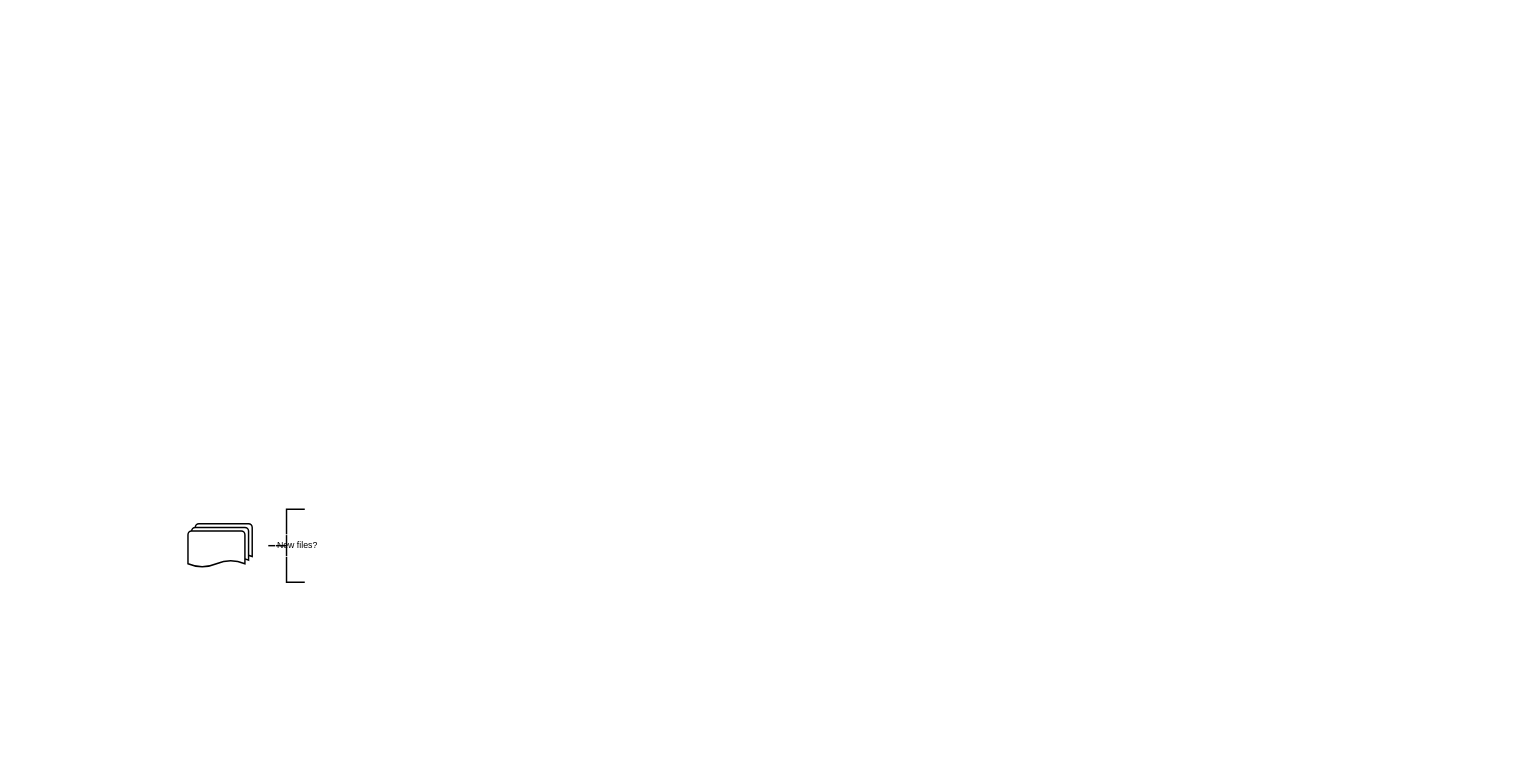
This is FramTre/SSISJobs.drawio from CEM-MEC/drawio, a draw.io file, before an edit. Source tidied: cells renumbered, new cells numbered last; positions are measured from the earlier drawing's top-left corner, leaving out a move shared by most shapes. Both pictures are drawn from the tidied source at 73%, with x=0, y=0 at pixel (188, 509).
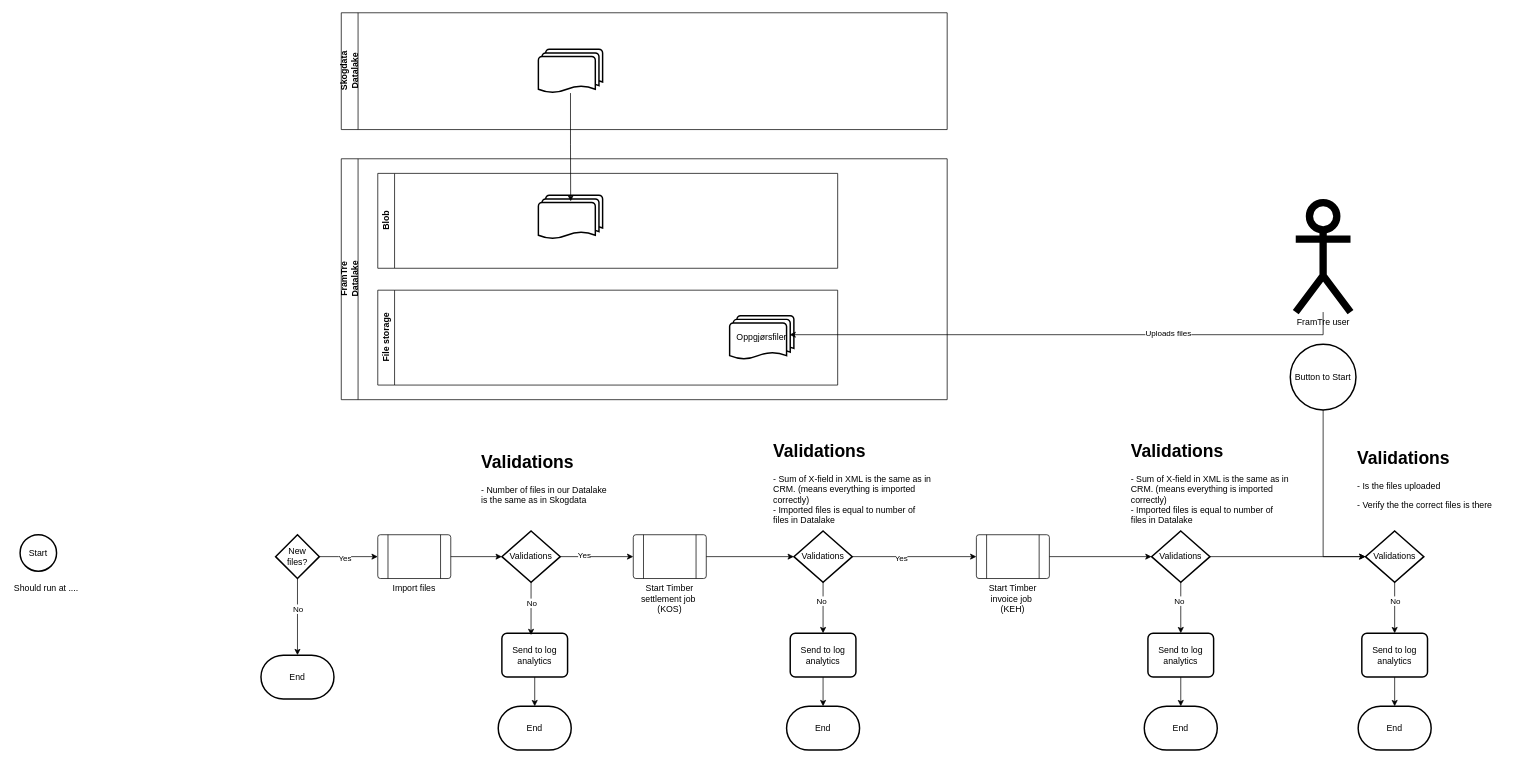
After the change.

Change to the diagram source:
```diff
@@
+    <mxCell id="5" style="edgeStyle=orthogonalEdgeStyle;rounded=0;jettySize=auto;html=1;entryX=0.5;entryY=0;entryDx=0;entryDy=0;entryPerimeter=0;" parent="1" edge="1" source="4" target="12">
+      <mxGeometry relative="1" as="geometry" />
+    </mxCell>
+    <mxCell id="6" value="No" style="edgeLabel;html=1;align=center;verticalAlign=middle;" parent="5" vertex="1">
+      <mxGeometry x="-0.22" relative="1" as="geometry" />
+    </mxCell>
+    <mxCell id="7" style="edgeStyle=orthogonalEdgeStyle;rounded=0;jettySize=auto;html=1;exitX=1;exitY=0.5;exitDx=0;exitDy=0;exitPerimeter=0;entryX=0;entryY=0.5;entryDx=0;entryDy=0;" parent="1" edge="1" source="4" target="13">
+      <mxGeometry relative="1" as="geometry" />
+    </mxCell>
+    <mxCell id="8" value="Yes" style="edgeLabel;html=1;align=center;verticalAlign=middle;" parent="7" vertex="1">
+      <mxGeometry x="-0.15" y="-1" relative="1" as="geometry" />
+    </mxCell>
+    <mxCell id="4" value="&lt;div&gt;New&lt;/div&gt;&lt;div&gt;files?&lt;/div&gt;" style="strokeWidth=2;html=1;shape=mxgraph.flowchart.decision;whiteSpace=wrap;fillColor=none;" parent="1" vertex="1">
+      <mxGeometry x="120" y="35" width="60" height="60" as="geometry" />
+    </mxCell>
+    <mxCell id="9" value="Start" style="strokeWidth=2;html=1;shape=mxgraph.flowchart.start_2;whiteSpace=wrap;fillColor=none;" parent="1" vertex="1">
+      <mxGeometry x="-230" y="35" width="50" height="50" as="geometry" />
+    </mxCell>
+    <mxCell id="10" value="Skogdata&lt;br&gt;Datalake" style="swimlane;horizontal=0;whiteSpace=wrap;html=1;" parent="1" vertex="1">
+      <mxGeometry x="210" y="-680" width="830" height="160" as="geometry" />
+    </mxCell>
-    <mxCell id="2" style="strokeWidth=2;html=1;shape=mxgraph.flowchart.multi-document;whiteSpace=wrap;" parent="1" vertex="1">
-      <mxGeometry y="20" width="88" height="60" as="geometry" />
+    <mxCell id="2" style="strokeWidth=2;html=1;shape=mxgraph.flowchart.multi-document;whiteSpace=wrap;" parent="10" vertex="1">
+      <mxGeometry x="270" y="50" width="88" height="60" as="geometry" />
     </mxCell>
-    <mxCell id="3" style="strokeWidth=2;html=1;shape=mxgraph.flowchart.annotation_2;align=left;labelPosition=right;" parent="1" vertex="1">
-      <mxGeometry x="110" width="50" height="100" as="geometry" />
-    </mxCell>
-    <mxCell id="4" value="New files?" style="text;html=1;whiteSpace=wrap;strokeColor=#FFFFFF;fillColor=none;align=center;verticalAlign=middle;rounded=0;" parent="1" vertex="1">
-      <mxGeometry x="120" y="35" width="60" height="30" as="geometry" />
-    </mxCell>
+    <mxCell id="11" value="Should run at ...." style="text;whiteSpace=wrap;" parent="1" vertex="1">
+      <mxGeometry x="-240" y="95" width="120" height="40" as="geometry" />
+    </mxCell>
+    <mxCell id="12" value="End" style="strokeWidth=2;html=1;shape=mxgraph.flowchart.terminator;whiteSpace=wrap;" parent="1" vertex="1">
+      <mxGeometry x="100" y="200" width="100" height="60" as="geometry" />
+    </mxCell>
+    <mxCell id="13" value="Import files" style="verticalLabelPosition=bottom;verticalAlign=top;html=1;shape=process;whiteSpace=wrap;rounded=1;size=0.14;arcSize=6;" parent="1" vertex="1">
+      <mxGeometry x="260" y="35" width="100" height="60" as="geometry" />
+    </mxCell>
+    <mxCell id="14" value="Start Timber settlement job&amp;nbsp;&lt;br&gt;(KOS)" style="verticalLabelPosition=bottom;verticalAlign=top;html=1;shape=process;whiteSpace=wrap;rounded=1;size=0.14;arcSize=6;" parent="1" vertex="1">
+      <mxGeometry x="610" y="35" width="100" height="60" as="geometry" />
+    </mxCell>
+    <mxCell id="15" style="edgeStyle=orthogonalEdgeStyle;rounded=0;jettySize=auto;html=1;exitX=1;exitY=0.5;exitDx=0;exitDy=0;exitPerimeter=0;entryX=0;entryY=0.5;entryDx=0;entryDy=0;" parent="1" edge="1" source="17" target="14">
+      <mxGeometry relative="1" as="geometry" />
+    </mxCell>
+    <mxCell id="16" value="Yes" style="edgeLabel;html=1;align=center;verticalAlign=middle;" parent="15" vertex="1">
+      <mxGeometry x="-0.36" y="3" relative="1" as="geometry" />
+    </mxCell>
+    <mxCell id="17" value="Validations" style="strokeWidth=2;html=1;shape=mxgraph.flowchart.decision;whiteSpace=wrap;" parent="1" vertex="1">
+      <mxGeometry x="430" y="30" width="80" height="70" as="geometry" />
+    </mxCell>
+    <mxCell id="18" style="edgeStyle=orthogonalEdgeStyle;rounded=0;jettySize=auto;html=1;exitX=1;exitY=0.5;exitDx=0;exitDy=0;entryX=0;entryY=0.5;entryDx=0;entryDy=0;entryPerimeter=0;" parent="1" edge="1" source="13" target="17">
+      <mxGeometry relative="1" as="geometry" />
+    </mxCell>
+    <mxCell id="19" value="&lt;h1 style=&quot;margin-top: 0px;&quot;&gt;Validations&lt;/h1&gt;&lt;p&gt;- Number of files in our Datalake is the same as in Skogdata&lt;/p&gt;" style="text;html=1;whiteSpace=wrap;overflow=hidden;rounded=0;" parent="1" vertex="1">
+      <mxGeometry x="400" y="-85" width="180" height="120" as="geometry" />
+    </mxCell>
+    <mxCell id="20" value="Send to log analytics" style="rounded=1;whiteSpace=wrap;html=1;absoluteArcSize=1;arcSize=14;strokeWidth=2;" parent="1" vertex="1">
+      <mxGeometry x="430" y="170" width="90" height="60" as="geometry" />
+    </mxCell>
+    <mxCell id="21" value="End" style="strokeWidth=2;html=1;shape=mxgraph.flowchart.terminator;whiteSpace=wrap;" parent="1" vertex="1">
+      <mxGeometry x="425" y="270" width="100" height="60" as="geometry" />
+    </mxCell>
+    <mxCell id="22" style="edgeStyle=orthogonalEdgeStyle;rounded=0;jettySize=auto;html=1;entryX=0.5;entryY=0;entryDx=0;entryDy=0;entryPerimeter=0;" parent="1" edge="1" source="20" target="21">
+      <mxGeometry relative="1" as="geometry" />
+    </mxCell>
+    <mxCell id="23" style="edgeStyle=orthogonalEdgeStyle;rounded=0;jettySize=auto;html=1;exitX=0.5;exitY=1;exitDx=0;exitDy=0;exitPerimeter=0;entryX=0.444;entryY=0.042;entryDx=0;entryDy=0;entryPerimeter=0;" parent="1" edge="1" source="17" target="20">
+      <mxGeometry relative="1" as="geometry" />
+    </mxCell>
+    <mxCell id="24" value="No" style="edgeLabel;html=1;align=center;verticalAlign=middle;" parent="23" vertex="1">
+      <mxGeometry x="-0.24" y="1" relative="1" as="geometry" />
+    </mxCell>
+    <mxCell id="25" style="edgeStyle=orthogonalEdgeStyle;rounded=0;jettySize=auto;html=1;entryX=0.5;entryY=0;entryDx=0;entryDy=0;" parent="1" edge="1" source="29" target="32">
+      <mxGeometry relative="1" as="geometry" />
+    </mxCell>
+    <mxCell id="26" value="No" style="edgeLabel;html=1;align=center;verticalAlign=middle;" parent="25" vertex="1">
+      <mxGeometry x="-0.29" y="-2" relative="1" as="geometry">
+        <mxPoint x="-1" as="offset" />
+      </mxGeometry>
+    </mxCell>
+    <mxCell id="27" style="edgeStyle=orthogonalEdgeStyle;rounded=0;jettySize=auto;html=1;entryX=0;entryY=0.5;entryDx=0;entryDy=0;" parent="1" edge="1" source="29" target="35">
+      <mxGeometry relative="1" as="geometry" />
+    </mxCell>
+    <mxCell id="28" value="Yes" style="edgeLabel;html=1;align=center;verticalAlign=middle;" parent="27" vertex="1">
+      <mxGeometry x="-0.22" y="-1" relative="1" as="geometry" />
+    </mxCell>
+    <mxCell id="29" value="Validations" style="strokeWidth=2;html=1;shape=mxgraph.flowchart.decision;whiteSpace=wrap;" parent="1" vertex="1">
+      <mxGeometry x="830" y="30" width="80" height="70" as="geometry" />
+    </mxCell>
+    <mxCell id="30" style="edgeStyle=orthogonalEdgeStyle;rounded=0;jettySize=auto;html=1;entryX=0;entryY=0.5;entryDx=0;entryDy=0;entryPerimeter=0;" parent="1" edge="1" source="14" target="29">
+      <mxGeometry relative="1" as="geometry" />
+    </mxCell>
+    <mxCell id="31" value="&lt;h1 style=&quot;margin-top: 0px;&quot;&gt;Validations&lt;/h1&gt;&lt;p&gt;- Sum of X-field in XML is the same as in CRM. (means everything is imported correctly)&lt;br&gt;- Imported files is equal to number of files in Datalake&lt;/p&gt;" style="text;html=1;whiteSpace=wrap;overflow=hidden;rounded=0;" parent="1" vertex="1">
+      <mxGeometry x="800" y="-100" width="220" height="120" as="geometry" />
+    </mxCell>
+    <mxCell id="32" value="Send to log analytics" style="rounded=1;whiteSpace=wrap;html=1;absoluteArcSize=1;arcSize=14;strokeWidth=2;" parent="1" vertex="1">
+      <mxGeometry x="825" y="170" width="90" height="60" as="geometry" />
+    </mxCell>
+    <mxCell id="33" value="End" style="strokeWidth=2;html=1;shape=mxgraph.flowchart.terminator;whiteSpace=wrap;" parent="1" vertex="1">
+      <mxGeometry x="820" y="270" width="100" height="60" as="geometry" />
+    </mxCell>
+    <mxCell id="34" style="edgeStyle=orthogonalEdgeStyle;rounded=0;jettySize=auto;html=1;entryX=0.5;entryY=0;entryDx=0;entryDy=0;entryPerimeter=0;" parent="1" edge="1" source="32" target="33">
+      <mxGeometry relative="1" as="geometry" />
+    </mxCell>
+    <mxCell id="35" value="Start Timber invoice job&amp;nbsp;&lt;br&gt;(KEH)" style="verticalLabelPosition=bottom;verticalAlign=top;html=1;shape=process;whiteSpace=wrap;rounded=1;size=0.14;arcSize=6;" parent="1" vertex="1">
+      <mxGeometry x="1080" y="35" width="100" height="60" as="geometry" />
+    </mxCell>
+    <mxCell id="36" style="edgeStyle=orthogonalEdgeStyle;rounded=0;jettySize=auto;html=1;entryX=0.5;entryY=0;entryDx=0;entryDy=0;" parent="1" edge="1" source="38" target="40">
+      <mxGeometry relative="1" as="geometry" />
+    </mxCell>
+    <mxCell id="37" value="No" style="edgeLabel;html=1;align=center;verticalAlign=middle;" parent="36" vertex="1">
+      <mxGeometry x="-0.29" y="-2" relative="1" as="geometry">
+        <mxPoint x="-1" as="offset" />
+      </mxGeometry>
+    </mxCell>
+    <mxCell id="38" value="Validations" style="strokeWidth=2;html=1;shape=mxgraph.flowchart.decision;whiteSpace=wrap;" parent="1" vertex="1">
+      <mxGeometry x="1320" y="30" width="80" height="70" as="geometry" />
+    </mxCell>
+    <mxCell id="39" value="&lt;h1 style=&quot;margin-top: 0px;&quot;&gt;Validations&lt;/h1&gt;&lt;p&gt;- Sum of X-field in XML is the same as in CRM. (means everything is imported correctly)&lt;br&gt;- Imported files is equal to number of files in Datalake&lt;/p&gt;" style="text;html=1;whiteSpace=wrap;overflow=hidden;rounded=0;" parent="1" vertex="1">
+      <mxGeometry x="1290" y="-100" width="220" height="120" as="geometry" />
+    </mxCell>
+    <mxCell id="40" value="Send to log analytics" style="rounded=1;whiteSpace=wrap;html=1;absoluteArcSize=1;arcSize=14;strokeWidth=2;" parent="1" vertex="1">
+      <mxGeometry x="1315" y="170" width="90" height="60" as="geometry" />
+    </mxCell>
+    <mxCell id="41" value="End" style="strokeWidth=2;html=1;shape=mxgraph.flowchart.terminator;whiteSpace=wrap;" parent="1" vertex="1">
+      <mxGeometry x="1310" y="270" width="100" height="60" as="geometry" />
+    </mxCell>
+    <mxCell id="42" style="edgeStyle=orthogonalEdgeStyle;rounded=0;jettySize=auto;html=1;entryX=0.5;entryY=0;entryDx=0;entryDy=0;entryPerimeter=0;" parent="1" edge="1" source="40" target="41">
+      <mxGeometry relative="1" as="geometry" />
+    </mxCell>
+    <mxCell id="43" style="edgeStyle=orthogonalEdgeStyle;rounded=0;jettySize=auto;html=1;entryX=0;entryY=0.5;entryDx=0;entryDy=0;entryPerimeter=0;" parent="1" edge="1" source="35" target="38">
+      <mxGeometry relative="1" as="geometry" />
+    </mxCell>
+    <mxCell id="44" value="Button to Start" style="strokeWidth=2;html=1;shape=mxgraph.flowchart.start_2;whiteSpace=wrap;fillColor=none;" parent="1" vertex="1">
+      <mxGeometry x="1510" y="-226" width="90" height="90" as="geometry" />
+    </mxCell>
+    <mxCell id="45" value="FramTre&lt;br&gt;Datalake" style="swimlane;horizontal=0;whiteSpace=wrap;html=1;" parent="1" vertex="1">
+      <mxGeometry x="210" y="-480" width="830" height="330" as="geometry" />
+    </mxCell>
+    <mxCell id="46" style="strokeWidth=2;html=1;shape=mxgraph.flowchart.multi-document;whiteSpace=wrap;" parent="45" vertex="1">
+      <mxGeometry x="270" y="50" width="88" height="60" as="geometry" />
+    </mxCell>
+    <mxCell id="47" value="Blob" style="swimlane;horizontal=0;whiteSpace=wrap;html=1;" parent="45" vertex="1">
+      <mxGeometry x="50" y="20" width="630" height="130" as="geometry" />
+    </mxCell>
+    <mxCell id="48" value="File storage" style="swimlane;horizontal=0;whiteSpace=wrap;html=1;" parent="45" vertex="1">
+      <mxGeometry x="50" y="180" width="630" height="130" as="geometry" />
+    </mxCell>
+    <mxCell id="49" value="Oppgjørsfiler" style="strokeWidth=2;html=1;shape=mxgraph.flowchart.multi-document;whiteSpace=wrap;" parent="48" vertex="1">
+      <mxGeometry x="482" y="35" width="88" height="60" as="geometry" />
+    </mxCell>
+    <mxCell id="50" style="edgeStyle=orthogonalEdgeStyle;rounded=0;jettySize=auto;html=1;entryX=0.503;entryY=0.138;entryDx=0;entryDy=0;entryPerimeter=0;" parent="1" edge="1" source="2" target="46">
+      <mxGeometry relative="1" as="geometry" />
+    </mxCell>
+    <mxCell id="51" value="FramTre user" style="shape=umlActor;verticalLabelPosition=bottom;verticalAlign=top;html=1;outlineConnect=0;strokeWidth=10;" parent="1" vertex="1">
+      <mxGeometry x="1517.5" y="-420" width="75" height="150" as="geometry" />
+    </mxCell>
+    <mxCell id="52" style="edgeStyle=orthogonalEdgeStyle;rounded=0;jettySize=auto;html=1;entryX=0.932;entryY=0.433;entryDx=0;entryDy=0;entryPerimeter=0;" parent="1" edge="1" source="51" target="49">
+      <mxGeometry relative="1" as="geometry">
+        <Array as="points">
+          <mxPoint x="1555" y="-239" />
+        </Array>
+      </mxGeometry>
+    </mxCell>
+    <mxCell id="53" value="Uploads files" style="edgeLabel;html=1;align=center;verticalAlign=middle;" parent="52" vertex="1">
+      <mxGeometry x="-0.36" y="-2" relative="1" as="geometry" />
+    </mxCell>
+    <mxCell id="54" style="edgeStyle=orthogonalEdgeStyle;rounded=0;jettySize=auto;html=1;entryX=0.5;entryY=0;entryDx=0;entryDy=0;" parent="1" edge="1" source="56" target="60">
+      <mxGeometry relative="1" as="geometry" />
+    </mxCell>
+    <mxCell id="55" value="No" style="edgeLabel;html=1;align=center;verticalAlign=middle;" parent="54" vertex="1">
+      <mxGeometry x="-0.28" relative="1" as="geometry" />
+    </mxCell>
+    <mxCell id="56" value="Validations" style="strokeWidth=2;html=1;shape=mxgraph.flowchart.decision;whiteSpace=wrap;" parent="1" vertex="1">
+      <mxGeometry x="1613" y="30" width="80" height="70" as="geometry" />
+    </mxCell>
+    <mxCell id="57" style="edgeStyle=orthogonalEdgeStyle;rounded=0;jettySize=auto;html=1;entryX=0;entryY=0.5;entryDx=0;entryDy=0;entryPerimeter=0;" parent="1" edge="1" source="38" target="56">
+      <mxGeometry relative="1" as="geometry" />
+    </mxCell>
+    <mxCell id="58" style="edgeStyle=orthogonalEdgeStyle;rounded=0;jettySize=auto;html=1;entryX=0;entryY=0.5;entryDx=0;entryDy=0;entryPerimeter=0;exitX=0.5;exitY=1;exitDx=0;exitDy=0;exitPerimeter=0;" parent="1" edge="1" source="44" target="56">
+      <mxGeometry relative="1" as="geometry" />
+    </mxCell>
+    <mxCell id="59" value="&lt;h1 style=&quot;margin-top: 0px;&quot;&gt;Validations&lt;/h1&gt;&lt;p&gt;- Is the files uploaded&lt;/p&gt;&lt;p&gt;- Verify the the correct files is there&amp;nbsp;&lt;/p&gt;" style="text;html=1;whiteSpace=wrap;overflow=hidden;rounded=0;" parent="1" vertex="1">
+      <mxGeometry x="1600" y="-90" width="220" height="120" as="geometry" />
+    </mxCell>
+    <mxCell id="60" value="Send to log analytics" style="rounded=1;whiteSpace=wrap;html=1;absoluteArcSize=1;arcSize=14;strokeWidth=2;" parent="1" vertex="1">
+      <mxGeometry x="1608" y="170" width="90" height="60" as="geometry" />
+    </mxCell>
+    <mxCell id="61" value="End" style="strokeWidth=2;html=1;shape=mxgraph.flowchart.terminator;whiteSpace=wrap;" parent="1" vertex="1">
+      <mxGeometry x="1603" y="270" width="100" height="60" as="geometry" />
+    </mxCell>
+    <mxCell id="62" style="edgeStyle=orthogonalEdgeStyle;rounded=0;jettySize=auto;html=1;entryX=0.5;entryY=0;entryDx=0;entryDy=0;entryPerimeter=0;" parent="1" edge="1" source="60" target="61">
+      <mxGeometry relative="1" as="geometry" />
+    </mxCell>
```
